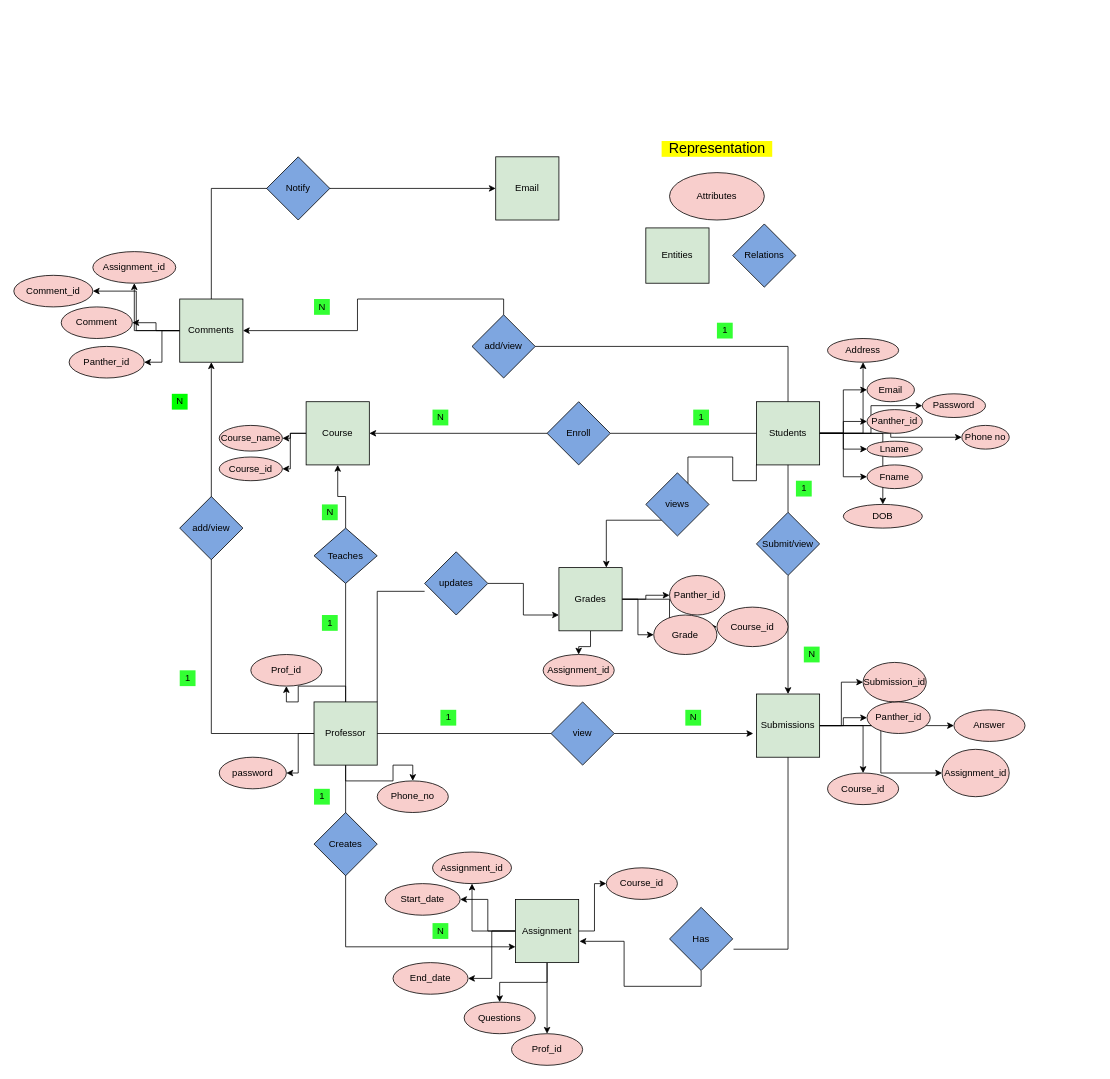
Nimma-shravan-kumar-reddy/Database-Management keeps this draw.io diagram as Conceptual Diagram.drawio. Above is the earlier version. Source tidied: cells renumbered, new cells numbered last; positions are measured from the earlier drawing's top-left corner, leaving out a move shared by most shapes. Both pictures are drawn from the tidied source at 79%, with x=0, y=0 at pixel (13, 141).
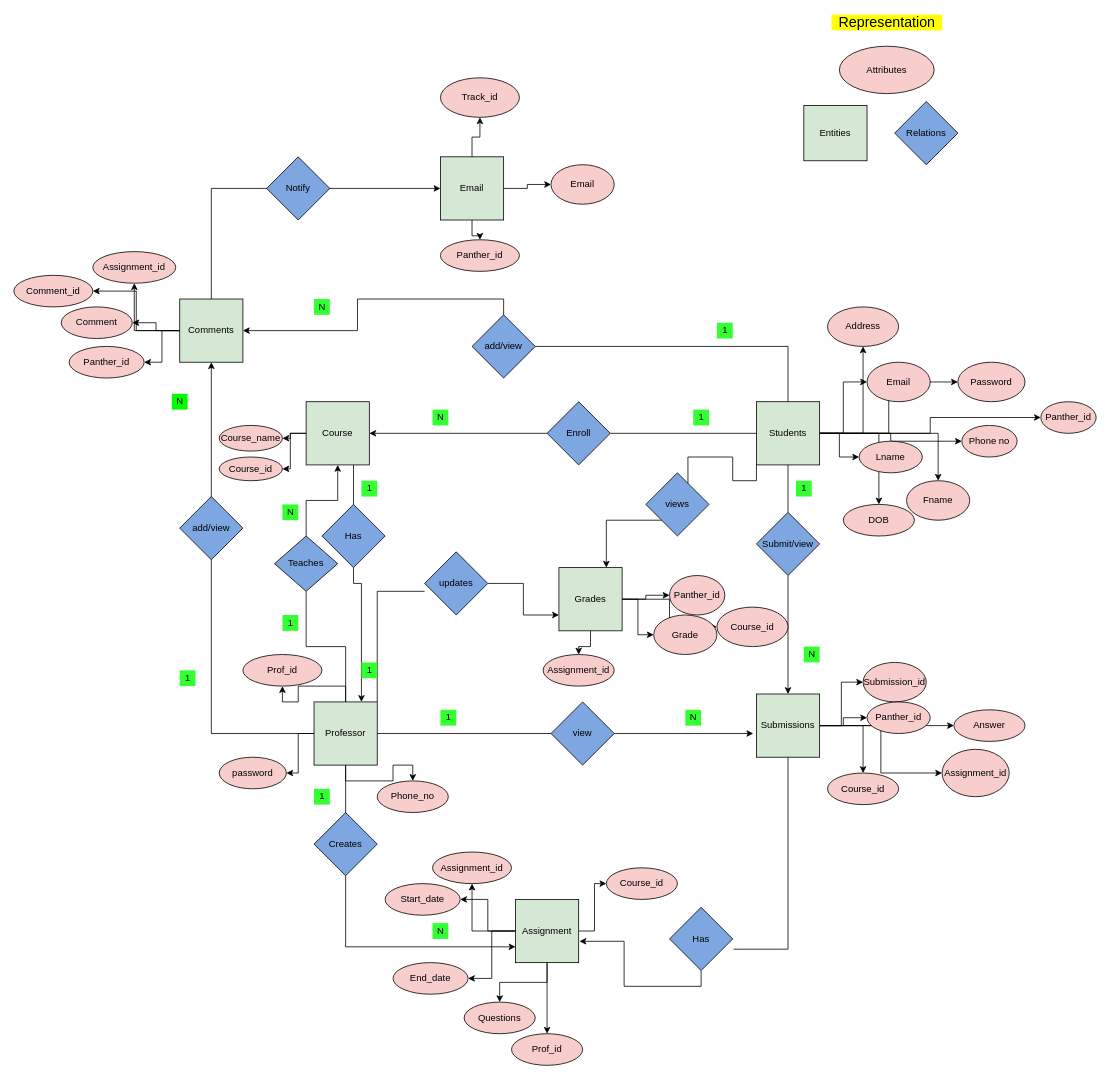
After the change.

Unchanged cells that the change refers to:
```xml
<mxCell id="8" value="Professor" style="whiteSpace=wrap;html=1;fillColor=#D5E8D4;" parent="1" vertex="1">
  <mxGeometry x="380" y="710" width="80" height="80" as="geometry" />
</mxCell>
<mxCell id="11" value="Course" style="whiteSpace=wrap;html=1;fillColor=#D5E8D4;" parent="1" vertex="1">
  <mxGeometry x="370" y="330" width="80" height="80" as="geometry" />
</mxCell>
```

The edit, as a diff of the source:
```diff
@@
+    <mxCell id="122" style="edgeStyle=orthogonalEdgeStyle;rounded=0;jettySize=auto;html=1;exitX=0.75;exitY=1;exitDx=0;exitDy=0;entryX=0.75;entryY=0;entryDx=0;entryDy=0;" parent="1" edge="1" source="11" target="8">
+      <mxGeometry relative="1" as="geometry" />
+    </mxCell>
@@
     <mxCell id="12" value="1" style="text;html=1;align=center;verticalAlign=middle;strokeColor=none;fillColor=#33FF33;" parent="1" vertex="1">
-      <mxGeometry x="390" y="600" width="20" height="20" as="geometry" />
+      <mxGeometry x="340" y="600" width="20" height="20" as="geometry" />
     </mxCell>
     <mxCell id="13" value="N" style="text;html=1;align=center;verticalAlign=middle;strokeColor=none;fillColor=#33FF33;" parent="1" vertex="1">
-      <mxGeometry x="390" y="460" width="20" height="20" as="geometry" />
+      <mxGeometry x="340" y="460" width="20" height="20" as="geometry" />
     </mxCell>
@@
     <mxCell id="27" value="Teaches" style="rhombus;whiteSpace=wrap;html=1;fillColor=#7EA6E0;" parent="1" vertex="1">
-      <mxGeometry x="380" y="490" width="80" height="70" as="geometry" />
+      <mxGeometry x="330" y="500" width="80" height="70" as="geometry" />
     </mxCell>
-    <mxCell id="28" style="edgeStyle=orthogonalEdgeStyle;rounded=0;jettySize=auto;html=1;exitX=0.5;exitY=0;exitDx=0;exitDy=0;entryX=0.5;entryY=1;entryDx=0;entryDy=0;endArrow=none;" parent="1" edge="1" source="8" target="27">
+    <mxCell id="28" style="edgeStyle=orthogonalEdgeStyle;rounded=0;jettySize=auto;html=1;exitX=0.5;exitY=0;exitDx=0;exitDy=0;endArrow=none;entryX=0.5;entryY=1;entryDx=0;entryDy=0;" parent="1" edge="1" source="8" target="27">
       <mxGeometry relative="1" as="geometry" />
     </mxCell>
@@
+    <mxCell id="123" style="edgeStyle=orthogonalEdgeStyle;rounded=0;jettySize=auto;html=1;" parent="1" edge="1" source="57" target="129">
+      <mxGeometry relative="1" as="geometry" />
+    </mxCell>
+    <mxCell id="124" style="edgeStyle=orthogonalEdgeStyle;rounded=0;jettySize=auto;html=1;" parent="1" edge="1" source="57" target="130">
+      <mxGeometry relative="1" as="geometry" />
+    </mxCell>
+    <mxCell id="125" style="edgeStyle=orthogonalEdgeStyle;rounded=0;jettySize=auto;html=1;" parent="1" edge="1" source="57" target="131">
+      <mxGeometry relative="1" as="geometry" />
+    </mxCell>
     <mxCell id="57" value="Email" style="whiteSpace=wrap;html=1;fillColor=#D5E8D4;" parent="1" vertex="1">
-      <mxGeometry x="610" y="20" width="80" height="80" as="geometry" />
+      <mxGeometry x="540" y="20" width="80" height="80" as="geometry" />
     </mxCell>
@@
     <mxCell id="74" value="Panther_id" style="ellipse;whiteSpace=wrap;html=1;fillColor=#F8CECC;" parent="1" vertex="1">
-      <mxGeometry x="1080" y="340" width="70" height="30" as="geometry" />
+      <mxGeometry x="1300" y="330" width="70" height="40" as="geometry" />
     </mxCell>
     <mxCell id="75" value="Lname" style="ellipse;whiteSpace=wrap;html=1;fillColor=#F8CECC;" parent="1" vertex="1">
-      <mxGeometry x="1080" y="380" width="70" height="20" as="geometry" />
+      <mxGeometry x="1070" y="380" width="80" height="40" as="geometry" />
     </mxCell>
     <mxCell id="76" value="Fname" style="ellipse;whiteSpace=wrap;html=1;fillColor=#F8CECC;" parent="1" vertex="1">
-      <mxGeometry x="1080" y="410" width="70" height="30" as="geometry" />
+      <mxGeometry x="1130" y="430" width="80" height="50" as="geometry" />
     </mxCell>
     <mxCell id="77" value="Email" style="ellipse;whiteSpace=wrap;html=1;fillColor=#F8CECC;" parent="1" vertex="1">
-      <mxGeometry x="1080" y="300" width="60" height="30" as="geometry" />
+      <mxGeometry x="1080" y="280" width="80" height="50" as="geometry" />
     </mxCell>
     <mxCell id="78" value="Address" style="ellipse;whiteSpace=wrap;html=1;fillColor=#F8CECC;" parent="1" vertex="1">
-      <mxGeometry x="1030" y="250" width="90" height="30" as="geometry" />
+      <mxGeometry x="1030" y="210" width="90" height="50" as="geometry" />
     </mxCell>
     <mxCell id="79" value="DOB" style="ellipse;whiteSpace=wrap;html=1;fillColor=#F8CECC;" parent="1" vertex="1">
-      <mxGeometry x="1050" y="460" width="100" height="30" as="geometry" />
+      <mxGeometry x="1050" y="460" width="90" height="40" as="geometry" />
     </mxCell>
     <mxCell id="80" value="Phone no" style="ellipse;whiteSpace=wrap;html=1;fillColor=#F8CECC;" parent="1" vertex="1">
-      <mxGeometry x="1200" y="360" width="60" height="30" as="geometry" />
+      <mxGeometry x="1200" y="360" width="70" height="40" as="geometry" />
     </mxCell>
     <mxCell id="81" value="Password" style="ellipse;whiteSpace=wrap;html=1;fillColor=#F8CECC;" parent="1" vertex="1">
-      <mxGeometry x="1150" y="320" width="80" height="30" as="geometry" />
+      <mxGeometry x="1195" y="280" width="85" height="50" as="geometry" />
     </mxCell>
@@
     <mxCell id="84" value="Prof_id" style="ellipse;whiteSpace=wrap;html=1;fillColor=#F8CECC;" parent="1" vertex="1">
-      <mxGeometry x="300" y="650" width="90" height="40" as="geometry" />
+      <mxGeometry x="290" y="650" width="100" height="40" as="geometry" />
     </mxCell>
@@
     <mxCell id="118" value="Attributes" style="ellipse;whiteSpace=wrap;html=1;fillColor=#F8CECC;" parent="1" vertex="1">
-      <mxGeometry x="830" y="40" width="120" height="60" as="geometry" />
+      <mxGeometry x="1045" y="-120" width="120" height="60" as="geometry" />
     </mxCell>
     <mxCell id="119" value="Entities" style="whiteSpace=wrap;html=1;fillColor=#D5E8D4;" parent="1" vertex="1">
-      <mxGeometry x="800" y="110" width="80" height="70" as="geometry" />
+      <mxGeometry x="1000" y="-45" width="80" height="70" as="geometry" />
     </mxCell>
     <mxCell id="120" value="&lt;font style=&quot;font-size: 18px&quot;&gt;Representation&lt;/font&gt;" style="text;html=1;align=center;verticalAlign=middle;strokeColor=none;fillColor=#FFFF00;" parent="1" vertex="1">
-      <mxGeometry x="820" width="140" height="20" as="geometry" />
+      <mxGeometry x="1035" y="-160" width="140" height="20" as="geometry" />
     </mxCell>
     <mxCell id="121" value="Relations" style="rhombus;whiteSpace=wrap;html=1;fillColor=#7EA6E0;" parent="1" vertex="1">
-      <mxGeometry x="910" y="105" width="80" height="80" as="geometry" />
+      <mxGeometry x="1115" y="-50" width="80" height="80" as="geometry" />
     </mxCell>
+    <mxCell id="126" value="Has" style="rhombus;whiteSpace=wrap;html=1;fillColor=#7EA6E0;" parent="1" vertex="1">
+      <mxGeometry x="390" y="460" width="80" height="80" as="geometry" />
+    </mxCell>
+    <mxCell id="127" value="1" style="text;html=1;align=center;verticalAlign=middle;strokeColor=none;fillColor=#33FF33;" parent="1" vertex="1">
+      <mxGeometry x="440" y="430" width="20" height="20" as="geometry" />
+    </mxCell>
+    <mxCell id="128" value="1" style="text;html=1;align=center;verticalAlign=middle;strokeColor=none;fillColor=#33FF33;" parent="1" vertex="1">
+      <mxGeometry x="440" y="660" width="20" height="20" as="geometry" />
+    </mxCell>
+    <mxCell id="129" value="Track_id" style="ellipse;whiteSpace=wrap;html=1;fillColor=#F8CECC;" parent="1" vertex="1">
+      <mxGeometry x="540" y="-80" width="100" height="50" as="geometry" />
+    </mxCell>
+    <mxCell id="130" value="Email" style="ellipse;whiteSpace=wrap;html=1;fillColor=#F8CECC;" parent="1" vertex="1">
+      <mxGeometry x="680" y="30" width="80" height="50" as="geometry" />
+    </mxCell>
+    <mxCell id="131" value="Panther_id" style="ellipse;whiteSpace=wrap;html=1;fillColor=#F8CECC;" parent="1" vertex="1">
+      <mxGeometry x="540" y="125" width="100" height="40" as="geometry" />
+    </mxCell>
```
